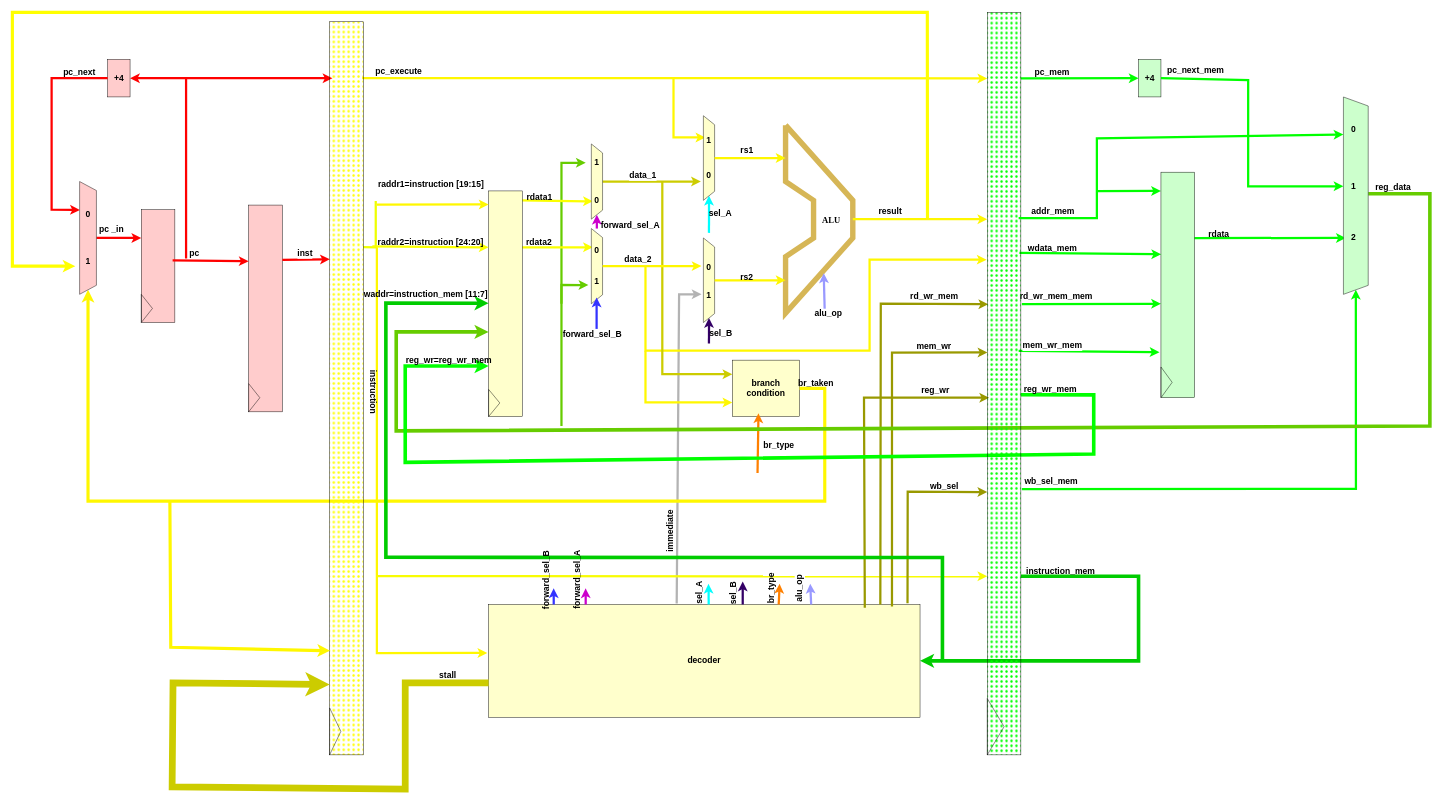
Above: Single_Cycle_Processor/docomentation/single_cycle_with_pipline.drawio in MuhammadBoota09299/Computer_Architecture_Lab (draw.io), before the change. Source tidied: cells renumbered, new cells numbered last; positions are measured from the earlier drawing's top-left corner, leaving out a move shared by most shapes. Both pictures are drawn from the tidied source at 45%, with x=0, y=0 at pixel (12, 12).
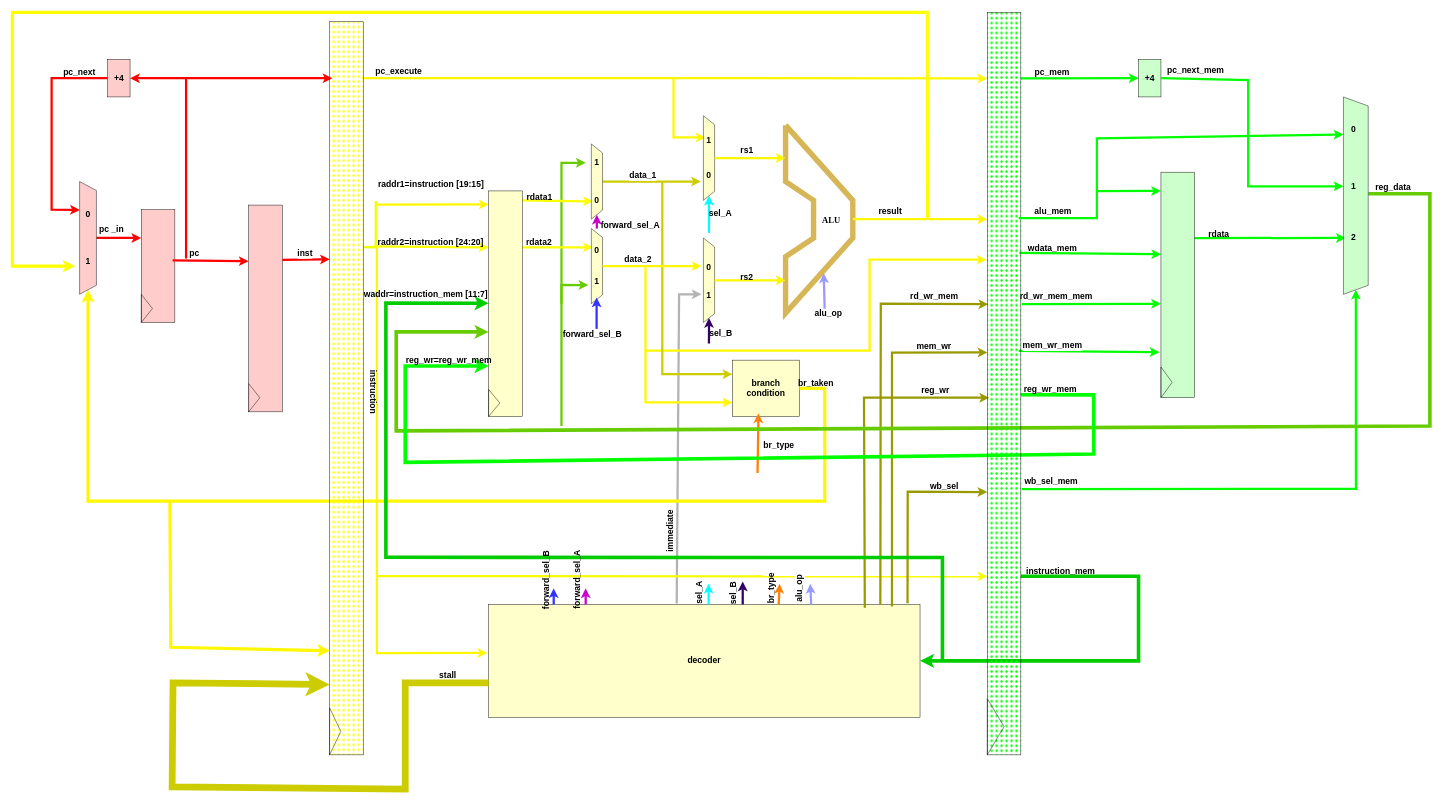
Above is the later version.

Unchanged cells that the change refers to:
```xml
<mxCell id="119" style="endArrow=classic;html=1;rounded=0;exitX=0.277;exitY=0.067;exitDx=0;exitDy=0;exitPerimeter=0;strokeColor=#00FF00;strokeWidth=5;fontSize=19;fontStyle=1;" parent="2" edge="1" source="112">
  <mxGeometry relative="1" as="geometry">
    <mxPoint x="2957.9" y="271.5" as="targetPoint" />
    <Array as="points">
      <mxPoint x="2410" y="457" />
      <mxPoint x="2410" y="280" />
    </Array>
  </mxGeometry>
</mxCell>
```

The edit, as a diff of the source:
```diff
@@
-    <mxCell id="120" value="addr_mem" style="edgeLabel;align=center;verticalAlign=middle;labelBackgroundColor=none;fontStyle=1;fontSize=19;" parent="119" vertex="1">
+    <mxCell id="120" value="alu_mem" style="edgeLabel;align=center;verticalAlign=middle;labelBackgroundColor=none;fontStyle=1;fontSize=19;" parent="119" vertex="1">
       <mxGeometry x="-0.88" y="-1" relative="1" as="geometry">
         <mxPoint x="22" y="-18" as="offset" />
       </mxGeometry>
     </mxCell>
```
